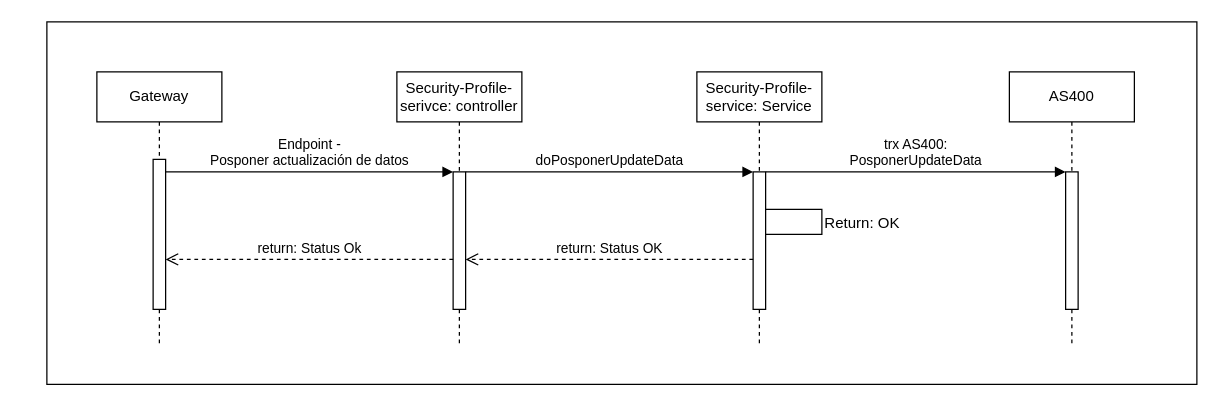
StevenGpByte/ActualizacionDatos keeps this draw.io diagram as 2do endpoint - actuDatos.drawio. Above is the earlier version. Source tidied: cells renumbered, new cells numbered last; positions are measured from the earlier drawing's top-left corner, leaving out a move shared by most shapes. Both pictures are drawn from the tidied source at 125%, with x=0, y=0 at pixel (46, 21).
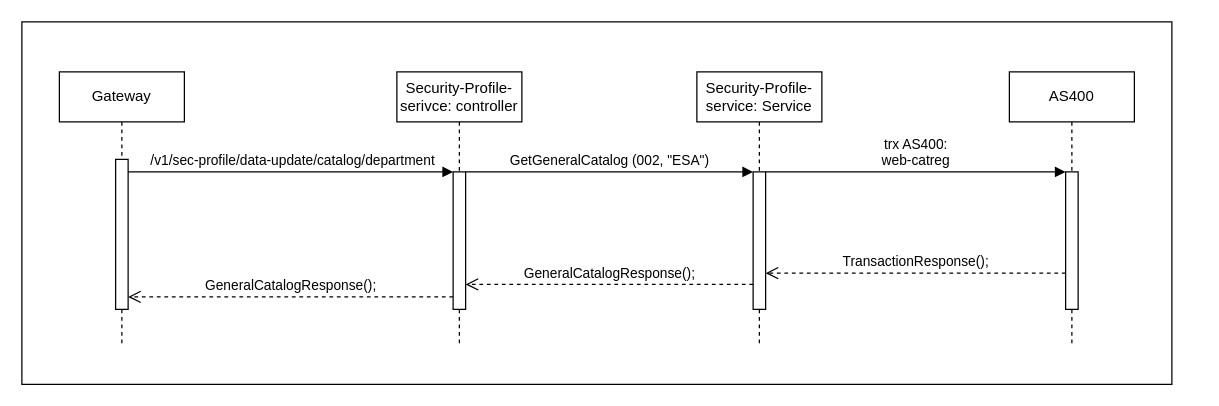
Above is the later version.

Unchanged cells that the change refers to:
```xml
<mxCell id="4" style="html=1;points=[];perimeter=orthogonalPerimeter;outlineConnect=0;targetShapes=umlLifeline;portConstraint=eastwest;newEdgeStyle={&quot;edgeStyle&quot;:&quot;elbowEdgeStyle&quot;,&quot;elbow&quot;:&quot;vertical&quot;,&quot;curved&quot;:0,&quot;rounded&quot;:0};" parent="3" vertex="1">
  <mxGeometry x="45" y="70" width="10" height="120" as="geometry" />
</mxCell>
<mxCell id="6" style="html=1;points=[];perimeter=orthogonalPerimeter;outlineConnect=0;targetShapes=umlLifeline;portConstraint=eastwest;newEdgeStyle={&quot;edgeStyle&quot;:&quot;elbowEdgeStyle&quot;,&quot;elbow&quot;:&quot;vertical&quot;,&quot;curved&quot;:0,&quot;rounded&quot;:0};" parent="5" vertex="1">
  <mxGeometry x="45" y="80" width="10" height="110" as="geometry" />
</mxCell>
<mxCell id="9" value="Security-Profile-service: Service" style="shape=umlLifeline;perimeter=lifelinePerimeter;whiteSpace=wrap;html=1;newEdgeStyle={&quot;edgeStyle&quot;:&quot;elbowEdgeStyle&quot;,&quot;elbow&quot;:&quot;vertical&quot;,&quot;curved&quot;:0,&quot;rounded&quot;:0};" parent="1" vertex="1">
  <mxGeometry x="520" y="40" width="100" height="220" as="geometry" />
</mxCell>
<mxCell id="10" style="html=1;points=[];perimeter=orthogonalPerimeter;outlineConnect=0;targetShapes=umlLifeline;portConstraint=eastwest;newEdgeStyle={&quot;edgeStyle&quot;:&quot;elbowEdgeStyle&quot;,&quot;elbow&quot;:&quot;vertical&quot;,&quot;curved&quot;:0,&quot;rounded&quot;:0};" parent="9" vertex="1">
  <mxGeometry x="45" y="80" width="10" height="110" as="geometry" />
</mxCell>
<mxCell id="13" style="html=1;points=[];perimeter=orthogonalPerimeter;outlineConnect=0;targetShapes=umlLifeline;portConstraint=eastwest;newEdgeStyle={&quot;edgeStyle&quot;:&quot;elbowEdgeStyle&quot;,&quot;elbow&quot;:&quot;vertical&quot;,&quot;curved&quot;:0,&quot;rounded&quot;:0};" parent="12" vertex="1">
  <mxGeometry x="45" y="80" width="10" height="110" as="geometry" />
</mxCell>
```

What changed in the source:
```diff
@@
     <mxCell id="2" style="rounded=0;whiteSpace=wrap;html=1;" parent="1" vertex="1">
-      <mxGeometry width="920" height="290" as="geometry" />
+      <mxGeometry x="-20" width="920" height="290" as="geometry" />
     </mxCell>
     <mxCell id="3" value="Gateway" style="shape=umlLifeline;perimeter=lifelinePerimeter;whiteSpace=wrap;html=1;newEdgeStyle={&quot;edgeStyle&quot;:&quot;elbowEdgeStyle&quot;,&quot;elbow&quot;:&quot;vertical&quot;,&quot;curved&quot;:0,&quot;rounded&quot;:0};" parent="1" vertex="1">
-      <mxGeometry x="40" y="40" width="100" height="220" as="geometry" />
+      <mxGeometry x="10" y="40" width="100" height="220" as="geometry" />
     </mxCell>
@@
-    <mxCell id="7" value="Endpoint - &lt;br&gt;Posponer actualización de datos" style="html=1;verticalAlign=bottom;endArrow=block;edgeStyle=elbowEdgeStyle;elbow=vertical;curved=0;rounded=0;" parent="1" edge="1" source="4" target="6">
+    <mxCell id="7" value="&amp;nbsp;/v1/sec-profile/data-update/catalog/department" style="html=1;verticalAlign=bottom;endArrow=block;edgeStyle=elbowEdgeStyle;elbow=vertical;curved=0;rounded=0;" parent="1" edge="1" source="4" target="6">
       <mxGeometry relative="1" as="geometry">
         <Array as="points">
           <mxPoint x="180" y="120" />
         </Array>
       </mxGeometry>
     </mxCell>
-    <mxCell id="8" value="return: Status Ok" style="html=1;verticalAlign=bottom;endArrow=open;dashed=1;endSize=8;edgeStyle=elbowEdgeStyle;elbow=vertical;curved=0;rounded=0;" parent="1" edge="1" source="6" target="4">
+    <mxCell id="8" value="GeneralCatalogResponse();" style="html=1;verticalAlign=bottom;endArrow=open;dashed=1;endSize=8;edgeStyle=elbowEdgeStyle;elbow=vertical;curved=0;rounded=0;" parent="1" edge="1" target="4">
       <mxGeometry relative="1" as="geometry">
+        <mxPoint x="325" y="220" as="sourcePoint" />
         <Array as="points">
-          <mxPoint x="160" y="190" />
-          <mxPoint x="250" y="205" />
-          <mxPoint x="260" y="220" />
-          <mxPoint x="190" y="280" />
+          <mxPoint x="160" y="220" />
+          <mxPoint x="250" y="235" />
+          <mxPoint x="260" y="250" />
+          <mxPoint x="190" y="310" />
         </Array>
       </mxGeometry>
     </mxCell>
@@
-    <mxCell id="11" style="endArrow=none;html=1;rounded=0;" parent="9" edge="1">
-      <mxGeometry relative="1" as="geometry">
-        <mxPoint x="55" y="110" as="sourcePoint" />
-        <mxPoint x="55" y="130" as="targetPoint" />
-        <Array as="points">
-          <mxPoint x="100" y="110" />
-          <mxPoint x="100" y="130" />
-        </Array>
-      </mxGeometry>
-    </mxCell>
@@
-    <mxCell id="14" value="doPosponerUpdateData" style="html=1;verticalAlign=bottom;endArrow=block;edgeStyle=elbowEdgeStyle;elbow=vertical;curved=0;rounded=0;" parent="1" edge="1" source="6" target="10">
+    <mxCell id="14" value="GetGeneralCatalog (002, &quot;ESA&quot;)" style="html=1;verticalAlign=bottom;endArrow=block;edgeStyle=elbowEdgeStyle;elbow=vertical;curved=0;rounded=0;" parent="1" edge="1" source="6" target="10">
       <mxGeometry relative="1" as="geometry">
         <Array as="points">
           <mxPoint x="430" y="120" />
           <mxPoint x="395" y="150" />
         </Array>
       </mxGeometry>
     </mxCell>
-    <mxCell id="15" value="trx AS400: &lt;br&gt;PosponerUpdateData" style="html=1;verticalAlign=bottom;endArrow=block;edgeStyle=elbowEdgeStyle;elbow=vertical;curved=0;rounded=0;" parent="1" edge="1" source="10" target="13">
+    <mxCell id="15" value="trx AS400:&lt;br&gt;web-catreg" style="html=1;verticalAlign=bottom;endArrow=block;edgeStyle=elbowEdgeStyle;elbow=vertical;curved=0;rounded=0;" parent="1" edge="1" source="10" target="13">
       <mxGeometry relative="1" as="geometry">
         <Array as="points">
           <mxPoint x="735" y="120" />
           <mxPoint x="700" y="150" />
         </Array>
       </mxGeometry>
     </mxCell>
-    <mxCell id="16" value="Return: OK" style="text;html=1;align=center;verticalAlign=middle;strokeColor=none;fillColor=none;rotation=0;" parent="1" vertex="1">
-      <mxGeometry x="612" y="146" width="80" height="30" as="geometry" />
-    </mxCell>
-    <mxCell id="17" value="return: Status OK" style="html=1;verticalAlign=bottom;endArrow=open;dashed=1;endSize=8;edgeStyle=elbowEdgeStyle;elbow=vertical;curved=0;rounded=0;" parent="1" edge="1" source="10" target="6">
+    <mxCell id="17" value="GeneralCatalogResponse();" style="html=1;verticalAlign=bottom;endArrow=open;dashed=1;endSize=8;edgeStyle=elbowEdgeStyle;elbow=vertical;curved=0;rounded=0;" parent="1" edge="1">
       <mxGeometry relative="1" as="geometry">
+        <mxPoint x="565" y="210" as="sourcePoint" />
+        <mxPoint x="335" y="210" as="targetPoint" />
         <Array as="points">
-          <mxPoint x="480" y="190" />
-          <mxPoint x="530" y="205" />
-          <mxPoint x="520" y="220" />
-          <mxPoint x="415" y="260" />
+          <mxPoint x="470" y="210" />
+          <mxPoint x="480" y="180" />
+          <mxPoint x="530" y="195" />
+          <mxPoint x="520" y="210" />
+          <mxPoint x="415" y="250" />
         </Array>
       </mxGeometry>
     </mxCell>
+    <mxCell id="18" value="TransactionResponse();" style="html=1;verticalAlign=bottom;endArrow=open;dashed=1;endSize=8;edgeStyle=elbowEdgeStyle;elbow=vertical;curved=0;rounded=0;" parent="1" edge="1">
+      <mxGeometry relative="1" as="geometry">
+        <mxPoint x="815" y="201" as="sourcePoint" />
+        <mxPoint x="575" y="201" as="targetPoint" />
+        <Array as="points">
+          <mxPoint x="725" y="201" />
+          <mxPoint x="775" y="216" />
+          <mxPoint x="765" y="231" />
+          <mxPoint x="660" y="271" />
+        </Array>
+      </mxGeometry>
+    </mxCell>
```
